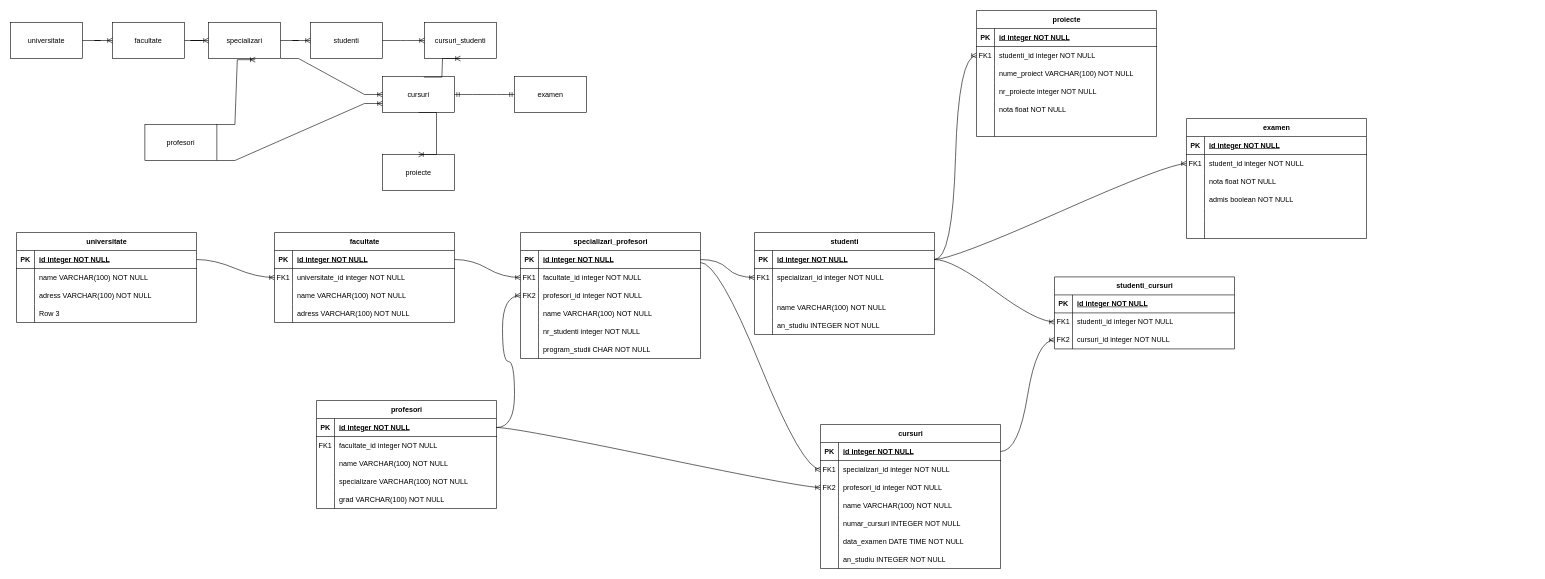
The draw.io diagram second_diagram.drawio in kevinell/modelare_db, before the edit. Source tidied: cells renumbered, new cells numbered last; positions are measured from the earlier drawing's top-left corner, leaving out a move shared by most shapes. Both pictures are drawn from the tidied source at 60%, with x=0, y=0 at pixel (10, 10).
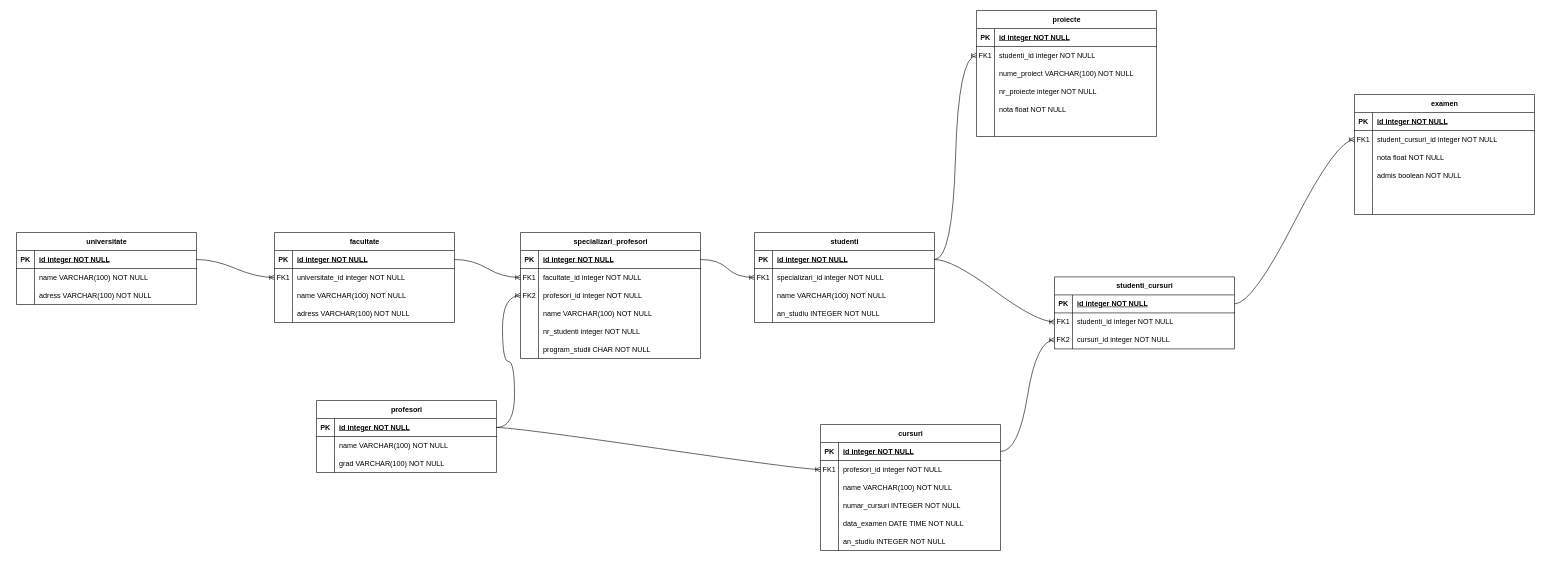
Above is the later version.

The change refers to these unchanged cells:
```xml
<mxCell id="83" style="shape=tableRow;horizontal=0;startSize=0;swimlaneHead=0;swimlaneBody=0;fillColor=none;points=[[0,0.5],[1,0.5]];portConstraint=eastwest;top=0;left=0;right=0;bottom=1;" parent="82" vertex="1">
  <mxGeometry y="30" width="300" height="30" as="geometry" />
</mxCell>
<mxCell id="99" style="shape=tableRow;horizontal=0;startSize=0;swimlaneHead=0;swimlaneBody=0;fillColor=none;points=[[0,0.5],[1,0.5]];portConstraint=eastwest;top=0;left=0;right=0;bottom=1;" parent="98" vertex="1">
  <mxGeometry y="30" width="300" height="30" as="geometry" />
</mxCell>
<mxCell id="142" style="shape=tableRow;horizontal=0;startSize=0;swimlaneHead=0;swimlaneBody=0;fillColor=none;points=[[0,0.5],[1,0.5]];portConstraint=eastwest;top=0;left=0;right=0;bottom=0;" parent="138" vertex="1">
  <mxGeometry y="60" width="300" height="30" as="geometry" />
</mxCell>
```

Change to the diagram source:
```diff
@@
-    <mxCell id="2" value="universitate" style="rounded=0;whiteSpace=wrap;html=1;" parent="1" vertex="1">
-      <mxGeometry y="20" width="120" height="60" as="geometry" />
-    </mxCell>
-    <mxCell id="3" value="facultate" style="rounded=0;whiteSpace=wrap;html=1;" parent="1" vertex="1">
-      <mxGeometry x="170" y="20" width="120" height="60" as="geometry" />
-    </mxCell>
-    <mxCell id="4" value="specializari" style="rounded=0;whiteSpace=wrap;html=1;" parent="1" vertex="1">
-      <mxGeometry x="330" y="20" width="120" height="60" as="geometry" />
-    </mxCell>
-    <mxCell id="5" value="profesori" style="rounded=0;whiteSpace=wrap;html=1;" parent="1" vertex="1">
-      <mxGeometry x="224" y="190" width="120" height="60" as="geometry" />
-    </mxCell>
-    <mxCell id="6" value="studenti" style="rounded=0;whiteSpace=wrap;html=1;" parent="1" vertex="1">
-      <mxGeometry x="500" y="20" width="120" height="60" as="geometry" />
-    </mxCell>
-    <mxCell id="7" value="cursuri" style="rounded=0;whiteSpace=wrap;html=1;" parent="1" vertex="1">
-      <mxGeometry x="620" y="110" width="120" height="60" as="geometry" />
-    </mxCell>
-    <mxCell id="8" value="proiecte" style="rounded=0;whiteSpace=wrap;html=1;" parent="1" vertex="1">
-      <mxGeometry x="620" y="240" width="120" height="60" as="geometry" />
-    </mxCell>
-    <mxCell id="9" value="examen" style="rounded=0;whiteSpace=wrap;html=1;" parent="1" vertex="1">
-      <mxGeometry x="840" y="110" width="120" height="60" as="geometry" />
-    </mxCell>
-    <mxCell id="10" style="edgeStyle=entityRelationEdgeStyle;fontSize=12;html=1;endArrow=ERoneToMany;rounded=0;exitX=1;exitY=0.5;exitDx=0;exitDy=0;entryX=0;entryY=0.5;entryDx=0;entryDy=0;" parent="1" edge="1" source="2" target="3">
-      <mxGeometry relative="1" as="geometry" />
-    </mxCell>
-    <mxCell id="11" style="edgeStyle=entityRelationEdgeStyle;fontSize=12;html=1;endArrow=ERoneToMany;rounded=0;exitX=1;exitY=0.5;exitDx=0;exitDy=0;entryX=0;entryY=0.5;entryDx=0;entryDy=0;" parent="1" edge="1" source="3" target="4">
-      <mxGeometry relative="1" as="geometry" />
-    </mxCell>
-    <mxCell id="12" style="edgeStyle=entityRelationEdgeStyle;fontSize=12;html=1;endArrow=ERoneToMany;rounded=0;exitX=1;exitY=1;exitDx=0;exitDy=0;entryX=0;entryY=0.75;entryDx=0;entryDy=0;" parent="1" edge="1" source="5" target="7">
-      <mxGeometry relative="1" as="geometry" />
-    </mxCell>
-    <mxCell id="13" style="edgeStyle=entityRelationEdgeStyle;fontSize=12;html=1;endArrow=ERoneToMany;rounded=0;exitX=1;exitY=0.5;exitDx=0;exitDy=0;entryX=0;entryY=0.5;entryDx=0;entryDy=0;" parent="1" edge="1" source="4" target="6">
-      <mxGeometry relative="1" as="geometry" />
-    </mxCell>
-    <mxCell id="14" style="edgeStyle=entityRelationEdgeStyle;fontSize=12;html=1;endArrow=ERoneToMany;rounded=0;exitX=0.5;exitY=1;exitDx=0;exitDy=0;entryX=0.5;entryY=0;entryDx=0;entryDy=0;" parent="1" edge="1" source="7" target="8">
-      <mxGeometry relative="1" as="geometry" />
-    </mxCell>
-    <mxCell id="15" style="edgeStyle=entityRelationEdgeStyle;fontSize=12;html=1;endArrow=ERmandOne;startArrow=ERmandOne;rounded=0;exitX=1;exitY=0.5;exitDx=0;exitDy=0;entryX=0;entryY=0.5;entryDx=0;entryDy=0;" parent="1" edge="1" source="7" target="9">
-      <mxGeometry relative="1" as="geometry" />
-    </mxCell>
-    <mxCell id="16" style="edgeStyle=entityRelationEdgeStyle;fontSize=12;html=1;endArrow=ERoneToMany;rounded=0;exitX=1;exitY=0;exitDx=0;exitDy=0;entryX=0.65;entryY=1.033;entryDx=0;entryDy=0;entryPerimeter=0;" parent="1" edge="1" source="5" target="4">
-      <mxGeometry relative="1" as="geometry" />
-    </mxCell>
-    <mxCell id="17" style="edgeStyle=entityRelationEdgeStyle;fontSize=12;html=1;endArrow=ERoneToMany;rounded=0;exitX=1;exitY=1;exitDx=0;exitDy=0;entryX=0;entryY=0.5;entryDx=0;entryDy=0;" parent="1" edge="1" source="4" target="7">
-      <mxGeometry relative="1" as="geometry" />
-    </mxCell>
-    <mxCell id="18" value="cursuri_studenti" style="rounded=0;whiteSpace=wrap;html=1;" parent="1" vertex="1">
-      <mxGeometry x="690" y="20" width="120" height="60" as="geometry" />
-    </mxCell>
-    <mxCell id="19" style="edgeStyle=entityRelationEdgeStyle;fontSize=12;html=1;endArrow=ERoneToMany;rounded=0;exitX=1;exitY=0.5;exitDx=0;exitDy=0;entryX=0;entryY=0.5;entryDx=0;entryDy=0;" parent="1" edge="1" source="6" target="18">
-      <mxGeometry relative="1" as="geometry" />
-    </mxCell>
-    <mxCell id="20" style="edgeStyle=entityRelationEdgeStyle;fontSize=12;html=1;endArrow=ERoneToMany;rounded=0;exitX=0.575;exitY=0.017;exitDx=0;exitDy=0;exitPerimeter=0;entryX=0.5;entryY=1;entryDx=0;entryDy=0;" parent="1" edge="1" source="7" target="18">
-      <mxGeometry relative="1" as="geometry" />
-    </mxCell>
     <mxCell id="21" value="universitate" style="shape=table;startSize=30;childLayout=tableLayout;rowLines=0;fontStyle=1;align=center;html=1;" parent="1" vertex="1">
-      <mxGeometry x="10" y="370" width="300" height="150" as="geometry" />
+      <mxGeometry x="10" y="370" width="300" height="120" as="geometry" />
     </mxCell>
@@
-    <mxCell id="31" style="shape=tableRow;horizontal=0;startSize=0;swimlaneHead=0;swimlaneBody=0;fillColor=none;top=0;left=0;right=0;bottom=0;" parent="21" vertex="1">
-      <mxGeometry y="120" width="300" height="30" as="geometry" />
-    </mxCell>
-    <mxCell id="32" style="shape=partialRectangle;fillColor=none;top=0;left=0;bottom=0;right=0;overflow=hidden;whiteSpace=wrap;html=1;" parent="31" vertex="1">
-      <mxGeometry width="30" height="30" as="geometry" />
-    </mxCell>
-    <mxCell id="33" value="Row 3" style="shape=partialRectangle;fillColor=none;top=0;left=0;bottom=0;right=0;align=left;spacingLeft=6;overflow=hidden;whiteSpace=wrap;html=1;" parent="31" vertex="1">
-      <mxGeometry x="30" width="270" height="30" as="geometry" />
-    </mxCell>
@@
     <mxCell id="66" value="profesori" style="shape=table;startSize=30;childLayout=tableLayout;rowLines=0;fontStyle=1;align=center;html=1;" parent="1" vertex="1">
-      <mxGeometry x="510" y="650" width="300" height="180" as="geometry" />
+      <mxGeometry x="510" y="650" width="300" height="120" as="geometry" />
     </mxCell>
@@
-    <mxCell id="70" style="shape=tableRow;horizontal=0;startSize=0;swimlaneHead=0;swimlaneBody=0;fillColor=none;top=0;left=0;right=0;bottom=0;" parent="66" vertex="1">
-      <mxGeometry y="60" width="300" height="30" as="geometry" />
-    </mxCell>
-    <mxCell id="71" value="FK1" style="shape=partialRectangle;fillColor=none;top=0;left=0;bottom=0;right=0;overflow=hidden;whiteSpace=wrap;html=1;" parent="70" vertex="1">
-      <mxGeometry width="30" height="30" as="geometry" />
-    </mxCell>
-    <mxCell id="72" value="facultate_id integer NOT NULL" style="shape=partialRectangle;fillColor=none;top=0;left=0;bottom=0;right=0;align=left;spacingLeft=6;overflow=hidden;whiteSpace=wrap;html=1;" parent="70" vertex="1">
-      <mxGeometry x="30" width="270" height="30" as="geometry" />
-    </mxCell>
     <mxCell id="73" style="shape=tableRow;horizontal=0;startSize=0;swimlaneHead=0;swimlaneBody=0;fillColor=none;top=0;left=0;right=0;bottom=0;" parent="66" vertex="1">
-      <mxGeometry y="90" width="300" height="30" as="geometry" />
+      <mxGeometry y="60" width="300" height="30" as="geometry" />
     </mxCell>
@@
-    <mxCell id="76" style="shape=tableRow;horizontal=0;startSize=0;swimlaneHead=0;swimlaneBody=0;fillColor=none;top=0;left=0;right=0;bottom=0;" parent="66" vertex="1">
-      <mxGeometry y="120" width="300" height="30" as="geometry" />
-    </mxCell>
-    <mxCell id="77" style="shape=partialRectangle;fillColor=none;top=0;left=0;bottom=0;right=0;overflow=hidden;whiteSpace=wrap;html=1;" parent="76" vertex="1">
-      <mxGeometry width="30" height="30" as="geometry" />
-    </mxCell>
-    <mxCell id="78" value="specializare VARCHAR(100) NOT NULL&lt;span style=&quot;white-space: pre;&quot;&gt;&#9;&lt;/span&gt;" style="shape=partialRectangle;fillColor=none;top=0;left=0;bottom=0;right=0;align=left;spacingLeft=6;overflow=hidden;whiteSpace=wrap;html=1;" parent="76" vertex="1">
-      <mxGeometry x="30" width="270" height="30" as="geometry" />
-    </mxCell>
     <mxCell id="79" style="shape=tableRow;horizontal=0;startSize=0;swimlaneHead=0;swimlaneBody=0;fillColor=none;top=0;left=0;right=0;bottom=0;" parent="66" vertex="1">
-      <mxGeometry y="150" width="300" height="30" as="geometry" />
+      <mxGeometry y="90" width="300" height="30" as="geometry" />
     </mxCell>
@@
     <mxCell id="82" value="studenti" style="shape=table;startSize=30;childLayout=tableLayout;rowLines=0;fontStyle=1;align=center;html=1;" parent="1" vertex="1">
-      <mxGeometry x="1240" y="370" width="300" height="170" as="geometry" />
+      <mxGeometry x="1240" y="370" width="300" height="150" as="geometry" />
     </mxCell>
@@
-    <mxCell id="89" style="shape=tableRow;horizontal=0;startSize=0;swimlaneHead=0;swimlaneBody=0;fillColor=none;top=0;left=0;right=0;bottom=0;" parent="82" vertex="1">
-      <mxGeometry y="90" width="300" height="20" as="geometry" />
-    </mxCell>
-    <mxCell id="90" style="shape=partialRectangle;fillColor=none;top=0;left=0;bottom=0;right=0;overflow=hidden;whiteSpace=wrap;html=1;" parent="89" vertex="1">
-      <mxGeometry width="30" height="20" as="geometry" />
-    </mxCell>
-    <mxCell id="91" style="shape=partialRectangle;fillColor=none;top=0;left=0;bottom=0;right=0;align=left;spacingLeft=6;overflow=hidden;whiteSpace=wrap;html=1;" parent="89" vertex="1">
-      <mxGeometry x="30" width="270" height="20" as="geometry" />
-    </mxCell>
     <mxCell id="92" style="shape=tableRow;horizontal=0;startSize=0;swimlaneHead=0;swimlaneBody=0;fillColor=none;top=0;left=0;right=0;bottom=0;" parent="82" vertex="1">
-      <mxGeometry y="110" width="300" height="30" as="geometry" />
+      <mxGeometry y="90" width="300" height="30" as="geometry" />
     </mxCell>
@@
     <mxCell id="95" style="shape=tableRow;horizontal=0;startSize=0;swimlaneHead=0;swimlaneBody=0;fillColor=none;top=0;left=0;right=0;bottom=0;" parent="82" vertex="1">
-      <mxGeometry y="140" width="300" height="30" as="geometry" />
+      <mxGeometry y="120" width="300" height="30" as="geometry" />
     </mxCell>
@@
     <mxCell id="108" value="cursuri" style="shape=table;startSize=30;childLayout=tableLayout;rowLines=0;fontStyle=1;align=center;html=1;" parent="1" vertex="1">
-      <mxGeometry x="1350" y="690" width="300" height="240" as="geometry" />
+      <mxGeometry x="1350" y="690" width="300" height="210" as="geometry" />
     </mxCell>
@@
-    <mxCell id="112" style="shape=tableRow;horizontal=0;startSize=0;swimlaneHead=0;swimlaneBody=0;fillColor=none;points=[[0,0.5],[1,0.5]];portConstraint=eastwest;top=0;left=0;right=0;bottom=0;" parent="108" vertex="1">
-      <mxGeometry y="60" width="300" height="30" as="geometry" />
-    </mxCell>
-    <mxCell id="113" value="FK1" style="shape=partialRectangle;fillColor=none;top=0;left=0;bottom=0;right=0;overflow=hidden;whiteSpace=wrap;html=1;" parent="112" vertex="1">
-      <mxGeometry width="30" height="30" as="geometry" />
-    </mxCell>
-    <mxCell id="114" value="specializari_id integer NOT NULL" style="shape=partialRectangle;fillColor=none;top=0;left=0;bottom=0;right=0;align=left;spacingLeft=6;overflow=hidden;whiteSpace=wrap;html=1;" parent="112" vertex="1">
-      <mxGeometry x="30" width="270" height="30" as="geometry" />
-    </mxCell>
     <mxCell id="115" style="shape=tableRow;horizontal=0;startSize=0;swimlaneHead=0;swimlaneBody=0;fillColor=none;points=[[0,0.5],[1,0.5]];portConstraint=eastwest;top=0;left=0;right=0;bottom=0;" parent="108" vertex="1">
-      <mxGeometry y="90" width="300" height="30" as="geometry" />
+      <mxGeometry y="60" width="300" height="30" as="geometry" />
     </mxCell>
-    <mxCell id="116" value="FK2" style="shape=partialRectangle;fillColor=none;top=0;left=0;bottom=0;right=0;overflow=hidden;whiteSpace=wrap;html=1;" parent="115" vertex="1">
+    <mxCell id="116" value="FK1" style="shape=partialRectangle;fillColor=none;top=0;left=0;bottom=0;right=0;overflow=hidden;whiteSpace=wrap;html=1;" parent="115" vertex="1">
       <mxGeometry width="30" height="30" as="geometry" />
     </mxCell>
@@
     <mxCell id="118" style="shape=tableRow;horizontal=0;startSize=0;swimlaneHead=0;swimlaneBody=0;fillColor=none;top=0;left=0;right=0;bottom=0;" parent="108" vertex="1">
-      <mxGeometry y="120" width="300" height="30" as="geometry" />
+      <mxGeometry y="90" width="300" height="30" as="geometry" />
     </mxCell>
@@
     <mxCell id="121" style="shape=tableRow;horizontal=0;startSize=0;swimlaneHead=0;swimlaneBody=0;fillColor=none;top=0;left=0;right=0;bottom=0;" parent="108" vertex="1">
-      <mxGeometry y="150" width="300" height="30" as="geometry" />
+      <mxGeometry y="120" width="300" height="30" as="geometry" />
     </mxCell>
@@
     <mxCell id="124" style="shape=tableRow;horizontal=0;startSize=0;swimlaneHead=0;swimlaneBody=0;fillColor=none;top=0;left=0;right=0;bottom=0;" parent="108" vertex="1">
-      <mxGeometry y="180" width="300" height="30" as="geometry" />
+      <mxGeometry y="150" width="300" height="30" as="geometry" />
     </mxCell>
@@
     <mxCell id="127" style="shape=tableRow;horizontal=0;startSize=0;swimlaneHead=0;swimlaneBody=0;fillColor=none;top=0;left=0;right=0;bottom=0;" parent="108" vertex="1">
-      <mxGeometry y="210" width="300" height="30" as="geometry" />
+      <mxGeometry y="180" width="300" height="30" as="geometry" />
     </mxCell>
@@
-    <mxCell id="134" style="edgeStyle=entityRelationEdgeStyle;fontSize=12;html=1;endArrow=ERoneToMany;entryX=0;entryY=0.5;entryDx=0;entryDy=0;curved=1;" parent="1" edge="1" target="112">
-      <mxGeometry relative="1" as="geometry">
-        <mxPoint x="1150" y="420" as="sourcePoint" />
-      </mxGeometry>
-    </mxCell>
@@
     <mxCell id="138" value="examen" style="shape=table;startSize=30;childLayout=tableLayout;rowLines=0;fontStyle=1;align=center;html=1;" parent="1" vertex="1">
-      <mxGeometry x="1960" y="180" width="300" height="200" as="geometry" />
+      <mxGeometry x="2240" y="140" width="300" height="200" as="geometry" />
     </mxCell>
@@
-    <mxCell id="144" value="student_id integer NOT NULL" style="shape=partialRectangle;fillColor=none;top=0;left=0;bottom=0;right=0;align=left;spacingLeft=6;overflow=hidden;whiteSpace=wrap;html=1;" parent="142" vertex="1">
+    <mxCell id="144" value="student_cursuri_id integer NOT NULL" style="shape=partialRectangle;fillColor=none;top=0;left=0;bottom=0;right=0;align=left;spacingLeft=6;overflow=hidden;whiteSpace=wrap;html=1;" parent="142" vertex="1">
       <mxGeometry x="30" width="270" height="30" as="geometry" />
     </mxCell>
@@
-    <mxCell id="177" style="edgeStyle=entityRelationEdgeStyle;fontSize=12;html=1;endArrow=ERoneToMany;exitX=1;exitY=0.5;exitDx=0;exitDy=0;entryX=0;entryY=0.5;entryDx=0;entryDy=0;curved=1;" parent="1" edge="1" source="83" target="142">
+    <mxCell id="177" style="edgeStyle=entityRelationEdgeStyle;fontSize=12;html=1;endArrow=ERoneToMany;entryX=0;entryY=0.5;entryDx=0;entryDy=0;curved=1;" parent="1" edge="1" source="99" target="142">
       <mxGeometry relative="1" as="geometry">
         <Array as="points">
           <mxPoint x="2080" y="365" />
+          <mxPoint x="2010" y="300" />
           <mxPoint x="1960" y="330" />
           <mxPoint x="2070" y="380" />
         </Array>
       </mxGeometry>
     </mxCell>
```
